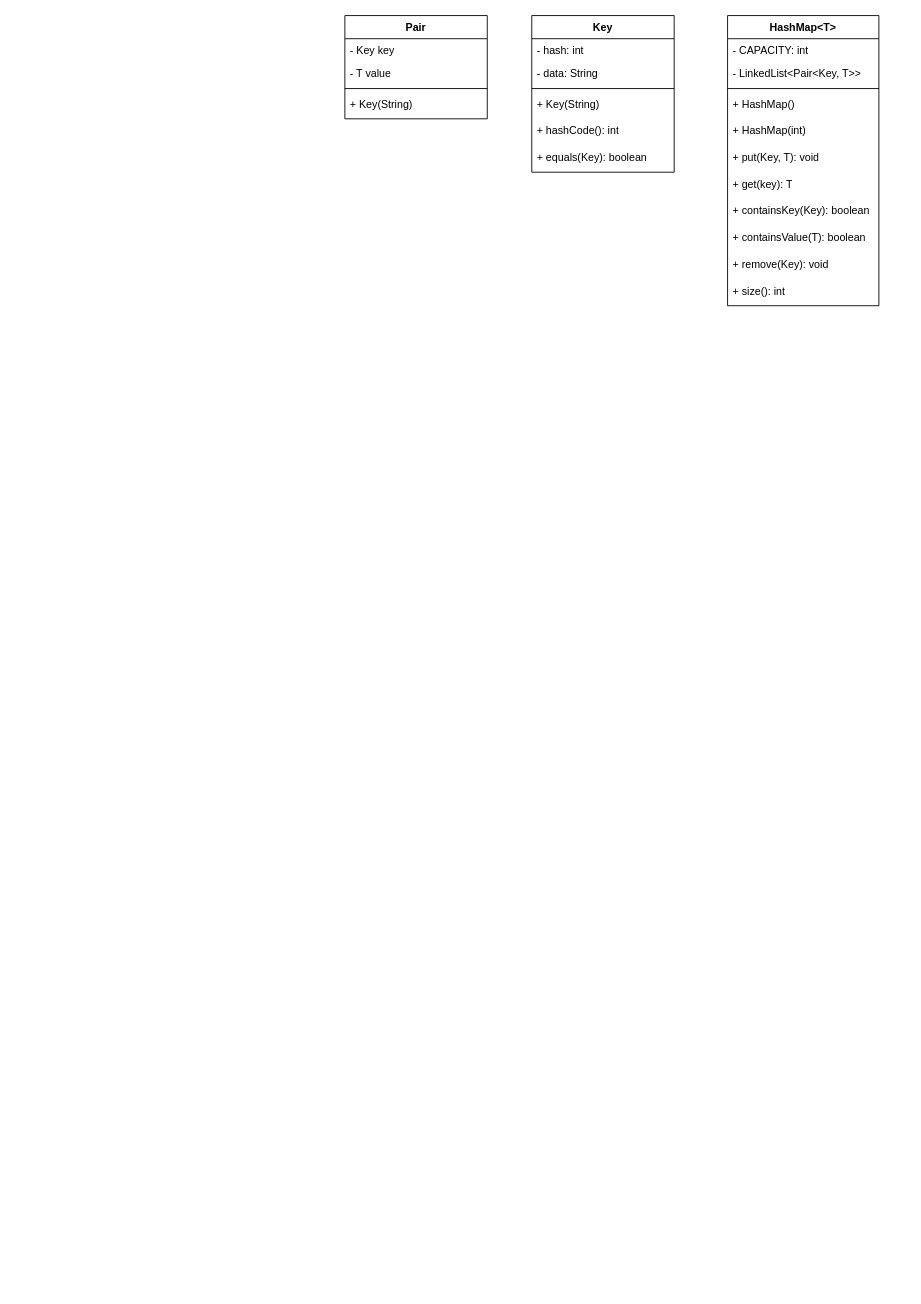
This is sem2/hashMapClasses.drawio from pochtiTolstoy/java-prac, a draw.io file, before an edit. Source tidied: cells renumbered, new cells numbered last; positions are measured from the earlier drawing's top-left corner, leaving out a move shared by most shapes. Both pictures are drawn from the tidied source at 89%, with x=0, y=0 at pixel (344, 15).
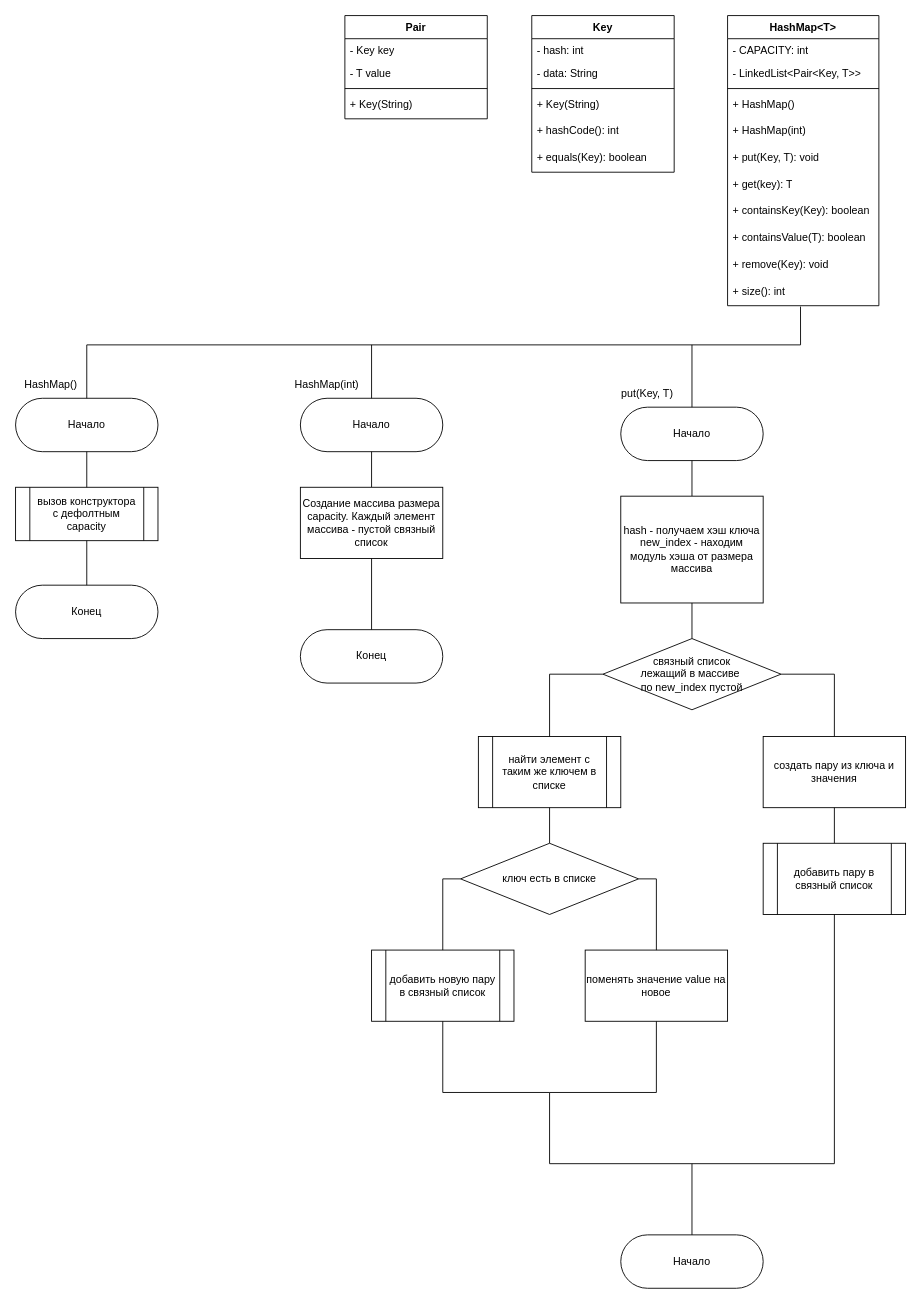
After the change.

Unchanged cells that the change refers to:
```xml
<mxCell id="20" value="+ size(): int" style="text;strokeColor=none;fillColor=none;align=left;verticalAlign=top;spacingLeft=4;spacingRight=4;overflow=hidden;points=[[0,0.5],[1,0.5]];portConstraint=eastwest;whiteSpace=wrap;html=1;" parent="9" vertex="1">
  <mxGeometry y="296" width="170" height="30" as="geometry" />
</mxCell>
```

Change to the diagram source:
```diff
@@
+    <mxCell id="26" value="Начало" style="rounded=1;whiteSpace=wrap;html=1;arcSize=50;" parent="1" vertex="1">
+      <mxGeometry x="-370" y="430" width="160" height="60" as="geometry" />
+    </mxCell>
+    <mxCell id="27" style="endArrow=none;html=1;rounded=0;entryX=0.482;entryY=1.033;entryDx=0;entryDy=0;entryPerimeter=0;exitX=0.5;exitY=0;exitDx=0;exitDy=0;" parent="1" edge="1" source="26" target="20">
+      <mxGeometry relative="1" as="geometry">
+        <Array as="points">
+          <mxPoint x="-290" y="370" />
+          <mxPoint x="512" y="370" />
+        </Array>
+      </mxGeometry>
+    </mxCell>
+    <mxCell id="28" value="HashMap()" style="text;html=1;align=center;verticalAlign=middle;whiteSpace=wrap;rounded=0;" parent="1" vertex="1">
+      <mxGeometry x="-360" y="400" width="60" height="30" as="geometry" />
+    </mxCell>
+    <mxCell id="29" value="вызов конструктора&lt;br&gt;с дефолтным &lt;br&gt;capacity" style="shape=process;whiteSpace=wrap;html=1;backgroundOutline=1;" parent="1" vertex="1">
+      <mxGeometry x="-370" y="530" width="160" height="60" as="geometry" />
+    </mxCell>
+    <mxCell id="30" style="endArrow=none;html=1;rounded=0;entryX=0.5;entryY=1;entryDx=0;entryDy=0;exitX=0.5;exitY=0;exitDx=0;exitDy=0;" parent="1" edge="1" source="29" target="26">
+      <mxGeometry relative="1" as="geometry" />
+    </mxCell>
+    <mxCell id="31" value="Конец" style="rounded=1;whiteSpace=wrap;html=1;arcSize=50;" parent="1" vertex="1">
+      <mxGeometry x="-370" y="640" width="160" height="60" as="geometry" />
+    </mxCell>
+    <mxCell id="32" style="endArrow=none;html=1;rounded=0;entryX=0.5;entryY=1;entryDx=0;entryDy=0;exitX=0.5;exitY=0;exitDx=0;exitDy=0;" parent="1" edge="1" source="31" target="29">
+      <mxGeometry relative="1" as="geometry" />
+    </mxCell>
+    <mxCell id="33" value="Начало" style="rounded=1;whiteSpace=wrap;html=1;arcSize=50;" parent="1" vertex="1">
+      <mxGeometry x="-50" y="430" width="160" height="60" as="geometry" />
+    </mxCell>
+    <mxCell id="34" value="HashMap(int)" style="text;html=1;align=center;verticalAlign=middle;whiteSpace=wrap;rounded=0;" parent="1" vertex="1">
+      <mxGeometry x="-70" y="400" width="100" height="30" as="geometry" />
+    </mxCell>
+    <mxCell id="35" style="endArrow=none;html=1;rounded=0;entryX=0.5;entryY=1;entryDx=0;entryDy=0;exitX=0.5;exitY=0;exitDx=0;exitDy=0;" parent="1" edge="1" target="33">
+      <mxGeometry relative="1" as="geometry">
+        <mxPoint x="30" y="530" as="sourcePoint" />
+      </mxGeometry>
+    </mxCell>
+    <mxCell id="36" value="Конец" style="rounded=1;whiteSpace=wrap;html=1;arcSize=50;" parent="1" vertex="1">
+      <mxGeometry x="-50" y="690" width="160" height="60" as="geometry" />
+    </mxCell>
+    <mxCell id="37" style="endArrow=none;html=1;rounded=0;entryX=0.5;entryY=1;entryDx=0;entryDy=0;exitX=0.5;exitY=0;exitDx=0;exitDy=0;" parent="1" edge="1" source="36">
+      <mxGeometry relative="1" as="geometry">
+        <mxPoint x="30" y="590" as="targetPoint" />
+      </mxGeometry>
+    </mxCell>
+    <mxCell id="38" style="endArrow=none;html=1;rounded=0;entryX=0.5;entryY=0;entryDx=0;entryDy=0;" parent="1" edge="1" target="33">
+      <mxGeometry relative="1" as="geometry">
+        <mxPoint x="30" y="370" as="sourcePoint" />
+      </mxGeometry>
+    </mxCell>
+    <mxCell id="39" value="Создание массива размера capacity. Каждый элемент массива - пустой связный список" style="rounded=0;whiteSpace=wrap;html=1;" parent="1" vertex="1">
+      <mxGeometry x="-50" y="530" width="160" height="80" as="geometry" />
+    </mxCell>
+    <mxCell id="40" value="Начало" style="rounded=1;whiteSpace=wrap;html=1;arcSize=50;" parent="1" vertex="1">
+      <mxGeometry x="310" y="440" width="160" height="60" as="geometry" />
+    </mxCell>
+    <mxCell id="41" value="put(Key, T)" style="text;html=1;align=center;verticalAlign=middle;whiteSpace=wrap;rounded=0;" parent="1" vertex="1">
+      <mxGeometry x="290" y="410" width="100" height="30" as="geometry" />
+    </mxCell>
+    <mxCell id="42" style="endArrow=none;html=1;rounded=0;entryX=0.5;entryY=1;entryDx=0;entryDy=0;exitX=0.5;exitY=0;exitDx=0;exitDy=0;" parent="1" edge="1" target="40">
+      <mxGeometry relative="1" as="geometry">
+        <mxPoint x="390" y="540" as="sourcePoint" />
+      </mxGeometry>
+    </mxCell>
+    <mxCell id="43" style="endArrow=none;html=1;rounded=0;entryX=0.5;entryY=0;entryDx=0;entryDy=0;" parent="1" edge="1" target="40">
+      <mxGeometry relative="1" as="geometry">
+        <mxPoint x="390" y="370" as="sourcePoint" />
+      </mxGeometry>
+    </mxCell>
+    <mxCell id="44" value="hash - получаем хэш ключа&lt;br&gt;new_index - находим модуль хэша от размера массива" style="rounded=0;whiteSpace=wrap;html=1;" parent="1" vertex="1">
+      <mxGeometry x="310" y="540" width="160" height="120" as="geometry" />
+    </mxCell>
+    <mxCell id="45" value="связный список &lt;br&gt;&lt;div&gt;лежащий в массиве&amp;nbsp;&lt;/div&gt;&lt;div&gt;по new_index пустой&lt;/div&gt;" style="rhombus;whiteSpace=wrap;html=1;" parent="1" vertex="1">
+      <mxGeometry x="290" y="700" width="200" height="80" as="geometry" />
+    </mxCell>
+    <mxCell id="46" value="создать пару из ключа и значения" style="rounded=0;whiteSpace=wrap;html=1;" parent="1" vertex="1">
+      <mxGeometry x="470" y="810" width="160" height="80" as="geometry" />
+    </mxCell>
+    <mxCell id="47" value="добавить пару в &lt;br&gt;связный список" style="shape=process;whiteSpace=wrap;html=1;backgroundOutline=1;" parent="1" vertex="1">
+      <mxGeometry x="470" y="930" width="160" height="80" as="geometry" />
+    </mxCell>
+    <mxCell id="48" value="найти элемент с таким же ключем в списке" style="shape=process;whiteSpace=wrap;html=1;backgroundOutline=1;" parent="1" vertex="1">
+      <mxGeometry x="150" y="810" width="160" height="80" as="geometry" />
+    </mxCell>
+    <mxCell id="49" value="ключ есть в списке" style="rhombus;whiteSpace=wrap;html=1;" parent="1" vertex="1">
+      <mxGeometry x="130" y="930" width="200" height="80" as="geometry" />
+    </mxCell>
+    <mxCell id="50" value="поменять значение value на новое" style="rounded=0;whiteSpace=wrap;html=1;" parent="1" vertex="1">
+      <mxGeometry x="270" y="1050" width="160" height="80" as="geometry" />
+    </mxCell>
+    <mxCell id="51" value="добавить новую пару в связный список" style="shape=process;whiteSpace=wrap;html=1;backgroundOutline=1;" parent="1" vertex="1">
+      <mxGeometry x="30" y="1050" width="160" height="80" as="geometry" />
+    </mxCell>
+    <mxCell id="52" style="endArrow=none;html=1;rounded=0;entryX=0.5;entryY=1;entryDx=0;entryDy=0;exitX=0.5;exitY=0;exitDx=0;exitDy=0;" parent="1" edge="1" source="45" target="44">
+      <mxGeometry relative="1" as="geometry" />
+    </mxCell>
+    <mxCell id="53" style="endArrow=none;html=1;rounded=0;entryX=1;entryY=0.5;entryDx=0;entryDy=0;exitX=0.5;exitY=0;exitDx=0;exitDy=0;" parent="1" edge="1" source="46" target="45">
+      <mxGeometry relative="1" as="geometry">
+        <Array as="points">
+          <mxPoint x="550" y="740" />
+        </Array>
+      </mxGeometry>
+    </mxCell>
+    <mxCell id="54" style="endArrow=none;html=1;rounded=0;entryX=0.5;entryY=1;entryDx=0;entryDy=0;exitX=0.5;exitY=0;exitDx=0;exitDy=0;" parent="1" edge="1" source="47" target="46">
+      <mxGeometry relative="1" as="geometry" />
+    </mxCell>
+    <mxCell id="55" value="Начало" style="rounded=1;whiteSpace=wrap;html=1;arcSize=50;" parent="1" vertex="1">
+      <mxGeometry x="310" y="1370" width="160" height="60" as="geometry" />
+    </mxCell>
+    <mxCell id="56" style="endArrow=none;html=1;rounded=0;entryX=0.5;entryY=1;entryDx=0;entryDy=0;exitX=0.5;exitY=0;exitDx=0;exitDy=0;" parent="1" edge="1" source="55" target="47">
+      <mxGeometry relative="1" as="geometry">
+        <Array as="points">
+          <mxPoint x="390" y="1290" />
+          <mxPoint x="550" y="1290" />
+        </Array>
+      </mxGeometry>
+    </mxCell>
+    <mxCell id="57" style="endArrow=none;html=1;rounded=0;entryX=0.5;entryY=1;entryDx=0;entryDy=0;" parent="1" edge="1" target="50">
+      <mxGeometry relative="1" as="geometry">
+        <mxPoint x="230" y="1210" as="sourcePoint" />
+        <Array as="points">
+          <mxPoint x="350" y="1210" />
+        </Array>
+      </mxGeometry>
+    </mxCell>
+    <mxCell id="58" style="endArrow=none;html=1;rounded=0;entryX=0.5;entryY=1;entryDx=0;entryDy=0;" parent="1" edge="1" target="51">
+      <mxGeometry relative="1" as="geometry">
+        <mxPoint x="230" y="1210" as="sourcePoint" />
+        <Array as="points">
+          <mxPoint x="110" y="1210" />
+        </Array>
+      </mxGeometry>
+    </mxCell>
+    <mxCell id="59" style="endArrow=none;html=1;rounded=0;" parent="1" edge="1">
+      <mxGeometry relative="1" as="geometry">
+        <mxPoint x="390" y="1290" as="sourcePoint" />
+        <mxPoint x="230" y="1210" as="targetPoint" />
+        <Array as="points">
+          <mxPoint x="230" y="1290" />
+        </Array>
+      </mxGeometry>
+    </mxCell>
+    <mxCell id="60" style="endArrow=none;html=1;rounded=0;entryX=1;entryY=0.5;entryDx=0;entryDy=0;exitX=0.5;exitY=0;exitDx=0;exitDy=0;" parent="1" edge="1" source="50" target="49">
+      <mxGeometry relative="1" as="geometry">
+        <Array as="points">
+          <mxPoint x="350" y="970" />
+        </Array>
+      </mxGeometry>
+    </mxCell>
+    <mxCell id="61" style="endArrow=none;html=1;rounded=0;entryX=0;entryY=0.5;entryDx=0;entryDy=0;exitX=0.5;exitY=0;exitDx=0;exitDy=0;" parent="1" edge="1" source="51" target="49">
+      <mxGeometry relative="1" as="geometry">
+        <Array as="points">
+          <mxPoint x="110" y="970" />
+        </Array>
+      </mxGeometry>
+    </mxCell>
+    <mxCell id="62" style="endArrow=none;html=1;rounded=0;entryX=0.5;entryY=1;entryDx=0;entryDy=0;exitX=0.5;exitY=0;exitDx=0;exitDy=0;" parent="1" edge="1" source="49" target="48">
+      <mxGeometry relative="1" as="geometry" />
+    </mxCell>
+    <mxCell id="63" style="endArrow=none;html=1;rounded=0;entryX=0;entryY=0.5;entryDx=0;entryDy=0;exitX=0.5;exitY=0;exitDx=0;exitDy=0;" parent="1" edge="1" source="48" target="45">
+      <mxGeometry relative="1" as="geometry">
+        <Array as="points">
+          <mxPoint x="230" y="740" />
+        </Array>
+      </mxGeometry>
+    </mxCell>
```
